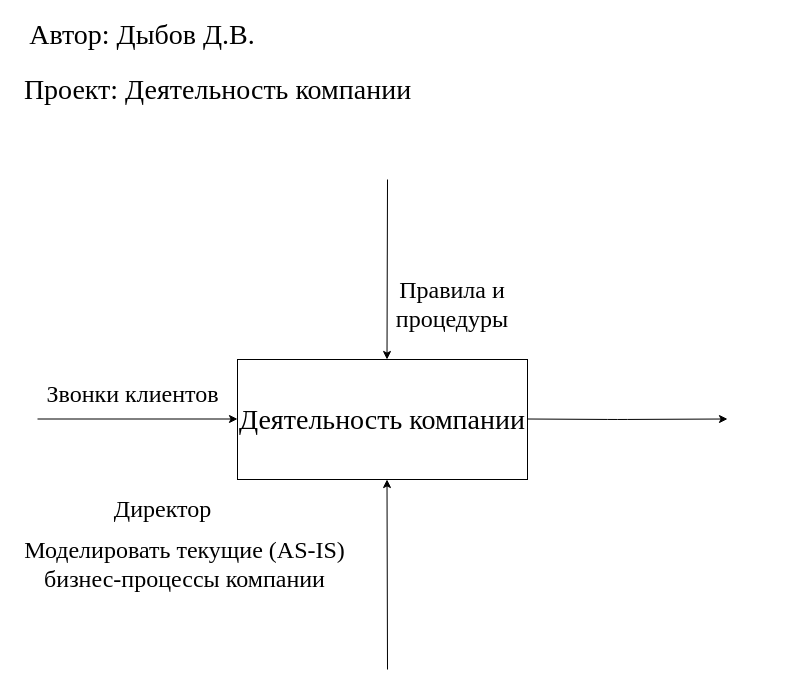
dibovdmitry/Labaratornaya2 keeps this draw.io diagram as Untitled Diagram.drawio. Above is the earlier version. Source tidied: cells renumbered, new cells numbered last; positions are measured from the earlier drawing's top-left corner, leaving out a move shared by most shapes. Both pictures are drawn from the tidied source at 100%, with x=0, y=0 at pixel (17, 19).
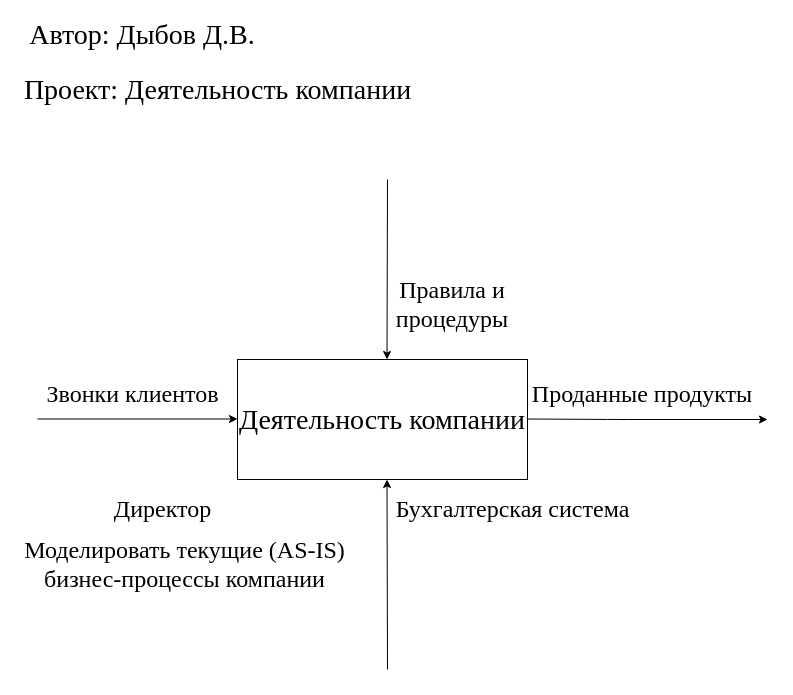
The same diagram, later.

The edit, as a diff of the source:
```diff
@@
 <mxGraphModel>
   <root>
     <mxCell id="0" />
     <mxCell id="1" parent="0" />
     <mxCell id="2" value="Деятельность компании" style="rounded=0;whiteSpace=wrap;html=1;fontFamily=Times New Roman;fontSize=28;" parent="1" vertex="1">
       <mxGeometry x="220" y="340" width="290" height="120" as="geometry" />
     </mxCell>
     <mxCell id="3" style="endArrow=classic;html=1;" parent="1" edge="1">
       <mxGeometry relative="1" as="geometry">
         <mxPoint x="370" y="160" as="sourcePoint" />
         <mxPoint x="369.5" y="340" as="targetPoint" />
       </mxGeometry>
     </mxCell>
     <mxCell id="4" style="endArrow=classic;html=1;" parent="1" edge="1">
       <mxGeometry relative="1" as="geometry">
         <mxPoint x="20" y="399.5" as="sourcePoint" />
         <mxPoint x="220" y="399.5" as="targetPoint" />
       </mxGeometry>
     </mxCell>
     <mxCell id="5" style="endArrow=classic;html=1;" parent="1" edge="1">
       <mxGeometry relative="1" as="geometry">
         <mxPoint x="510" y="399.5" as="sourcePoint" />
-        <mxPoint x="710" y="399.5" as="targetPoint" />
+        <mxPoint x="750" y="400" as="targetPoint" />
         <Array as="points">
           <mxPoint x="600" y="400" />
         </Array>
       </mxGeometry>
     </mxCell>
     <mxCell id="6" style="endArrow=classic;html=1;" parent="1" edge="1">
       <mxGeometry relative="1" as="geometry">
         <mxPoint x="370" y="650" as="sourcePoint" />
         <mxPoint x="369.5" y="460" as="targetPoint" />
       </mxGeometry>
     </mxCell>
     <mxCell id="7" value="Автор: Дыбов Д.В." style="text;html=1;strokeColor=none;fillColor=none;align=center;verticalAlign=middle;whiteSpace=wrap;rounded=0;fontFamily=Times New Roman;fontSize=28;" parent="1" vertex="1">
       <mxGeometry width="250" height="30" as="geometry" />
     </mxCell>
     <mxCell id="8" value="Проект: Деятельность компании" style="text;html=1;align=center;verticalAlign=middle;strokeColor=none;fillColor=none;fontSize=28;fontFamily=Times New Roman;" parent="1" vertex="1">
       <mxGeometry y="50" width="400" height="40" as="geometry" />
     </mxCell>
     <mxCell id="9" value="Звонки клиентов" style="text;html=1;align=center;verticalAlign=middle;strokeColor=none;fillColor=none;fontSize=24;fontFamily=Times New Roman;" parent="1" vertex="1">
       <mxGeometry x="20" y="360" width="190" height="30" as="geometry" />
     </mxCell>
     <mxCell id="10" value="Директор" style="text;html=1;align=center;verticalAlign=middle;strokeColor=none;fillColor=none;fontSize=24;fontFamily=Times New Roman;" parent="1" vertex="1">
       <mxGeometry x="90" y="475" width="110" height="30" as="geometry" />
     </mxCell>
     <mxCell id="11" value="Моделировать текущие (AS-IS) бизнес-процессы компании" style="text;html=1;strokeColor=none;fillColor=none;align=center;verticalAlign=middle;whiteSpace=wrap;rounded=0;fontFamily=Times New Roman;fontSize=24;" parent="1" vertex="1">
       <mxGeometry y="530" width="335" height="30" as="geometry" />
     </mxCell>
     <mxCell id="12" value="Правила и процедуры" style="text;html=1;strokeColor=none;fillColor=none;align=center;verticalAlign=middle;whiteSpace=wrap;rounded=0;fontFamily=Times New Roman;fontSize=24;" parent="1" vertex="1">
       <mxGeometry x="400" y="270" width="70" height="30" as="geometry" />
     </mxCell>
+    <mxCell id="13" value="Проданные продукты" style="text;html=1;strokeColor=none;fillColor=none;align=center;verticalAlign=middle;whiteSpace=wrap;rounded=0;fontSize=24;fontFamily=Times New Roman;" parent="1" vertex="1">
+      <mxGeometry x="510" y="360" width="230" height="30" as="geometry" />
+    </mxCell>
+    <mxCell id="14" value="Бухгалтерская система" style="text;html=1;align=center;verticalAlign=middle;strokeColor=none;fillColor=none;fontSize=24;fontFamily=Times New Roman;" parent="1" vertex="1">
+      <mxGeometry x="370" y="475" width="250" height="30" as="geometry" />
+    </mxCell>
   </root>
 </mxGraphModel>
```
